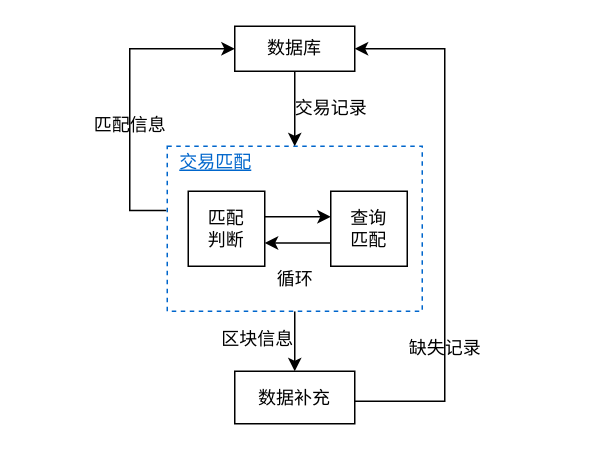
The draw.io diagram page "交易匹配模块示意图" (3 of 4) of 模块.drawio in newTechToX/cross_chain, before the edit. Source tidied: cells renumbered, new cells numbered last; positions are measured from the earlier drawing's top-left corner, leaving out a move shared by most shapes. Both pictures are drawn from the tidied source at 150%, with x=0, y=0 at pixel (76, 26).
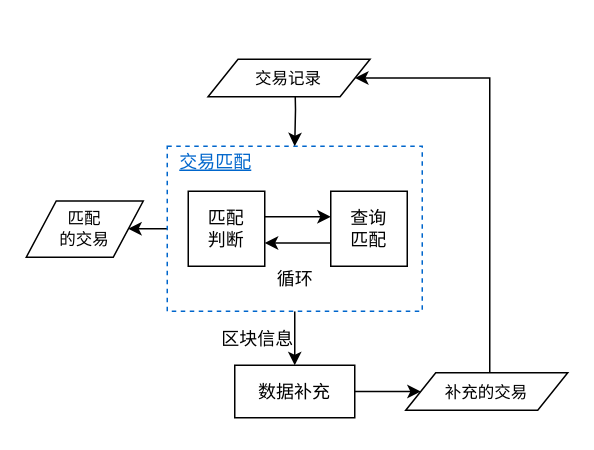
The same diagram, later.

The change refers to these unchanged cells:
```xml
<mxCell id="3" style="rounded=0;whiteSpace=wrap;html=1;dashed=1;strokeColor=#0066CC;" parent="1" vertex="1">
  <mxGeometry x="60" y="80" width="170" height="110" as="geometry" />
</mxCell>
```

Change to the diagram source:
```diff
@@
+    <mxCell id="19" style="edgeStyle=orthogonalEdgeStyle;rounded=0;jettySize=auto;html=1;exitX=0;exitY=0.5;exitDx=0;exitDy=0;entryX=1;entryY=0.5;entryDx=0;entryDy=0;" parent="1" edge="1" source="3" target="21">
+      <mxGeometry relative="1" as="geometry" />
+    </mxCell>
@@
-    <mxCell id="4" style="edgeStyle=orthogonalEdgeStyle;rounded=0;jettySize=auto;html=1;entryX=0.5;entryY=0;entryDx=0;entryDy=0;" parent="1" edge="1" source="5" target="3">
-      <mxGeometry relative="1" as="geometry" />
+    <mxCell id="4" style="edgeStyle=orthogonalEdgeStyle;rounded=0;jettySize=auto;html=1;entryX=0.5;entryY=0;entryDx=0;entryDy=0;" parent="1" edge="1" target="3">
+      <mxGeometry relative="1" as="geometry">
+        <mxPoint x="145" y="30" as="sourcePoint" />
+      </mxGeometry>
     </mxCell>
-    <mxCell id="5" value="数据库" style="rounded=0;whiteSpace=wrap;html=1;" parent="1" vertex="1">
-      <mxGeometry x="105" width="80" height="30" as="geometry" />
-    </mxCell>
-    <mxCell id="6" style="edgeStyle=orthogonalEdgeStyle;rounded=0;jettySize=auto;html=1;entryX=0;entryY=0.5;entryDx=0;entryDy=0;exitX=-0.004;exitY=0.389;exitDx=0;exitDy=0;exitPerimeter=0;" parent="1" edge="1" source="3" target="5">
-      <mxGeometry relative="1" as="geometry">
-        <Array as="points">
-          <mxPoint x="35" y="123" />
-          <mxPoint x="35" y="15" />
-        </Array>
-      </mxGeometry>
-    </mxCell>
@@
-    <mxCell id="9" style="edgeStyle=orthogonalEdgeStyle;rounded=0;jettySize=auto;html=1;entryX=1;entryY=0.5;entryDx=0;entryDy=0;" parent="1" edge="1" source="10" target="5">
-      <mxGeometry relative="1" as="geometry">
-        <Array as="points">
-          <mxPoint x="245" y="250" />
-          <mxPoint x="245" y="15" />
-        </Array>
-      </mxGeometry>
-    </mxCell>
+    <mxCell id="20" style="edgeStyle=orthogonalEdgeStyle;rounded=0;jettySize=auto;html=1;entryX=0;entryY=0.5;entryDx=0;entryDy=0;" parent="1" edge="1" source="10" target="23">
+      <mxGeometry relative="1" as="geometry">
+        <Array as="points">
+          <mxPoint x="208" y="244" />
+          <mxPoint x="240" y="244" />
+        </Array>
+      </mxGeometry>
+    </mxCell>
     <mxCell id="10" value="数据补充" style="whiteSpace=wrap;html=1;rounded=0;" parent="1" vertex="1">
-      <mxGeometry x="105" y="230" width="80" height="35" as="geometry" />
+      <mxGeometry x="105" y="226" width="80" height="35" as="geometry" />
     </mxCell>
-    <mxCell id="11" value="交易记录" style="text;html=1;align=center;verticalAlign=middle;points=[];strokeColor=none;fillColor=none;" parent="1" vertex="1">
-      <mxGeometry x="134" y="40" width="70" height="30" as="geometry" />
-    </mxCell>
@@
-    <mxCell id="13" value="匹配信息" style="text;html=1;align=center;verticalAlign=middle;strokeColor=none;fillColor=none;" parent="1" vertex="1">
-      <mxGeometry y="51" width="70" height="30" as="geometry" />
-    </mxCell>
-    <mxCell id="14" value="缺失记录" style="text;html=1;align=center;verticalAlign=middle;strokeColor=none;fillColor=none;" parent="1" vertex="1">
-      <mxGeometry x="210" y="200" width="70" height="30" as="geometry" />
-    </mxCell>
@@
+    <mxCell id="11" value="交易记录" style="shape=parallelogram;perimeter=parallelogramPerimeter;whiteSpace=wrap;html=1;fixedSize=1;fontSize=11;rotation=0;" parent="1" vertex="1">
+      <mxGeometry x="87.2" y="22" width="108" height="25" as="geometry" />
+    </mxCell>
+    <mxCell id="21" value="匹配&lt;br&gt;的交易" style="shape=parallelogram;perimeter=parallelogramPerimeter;whiteSpace=wrap;html=1;fixedSize=1;fontSize=11;rotation=0;" parent="1" vertex="1">
+      <mxGeometry x="-34" y="116.5" width="78" height="37.5" as="geometry" />
+    </mxCell>
+    <mxCell id="22" style="edgeStyle=orthogonalEdgeStyle;rounded=0;jettySize=auto;html=1;entryX=1;entryY=0.5;entryDx=0;entryDy=0;" parent="1" edge="1" source="23" target="11">
+      <mxGeometry relative="1" as="geometry">
+        <Array as="points">
+          <mxPoint x="275" y="35" />
+          <mxPoint x="185" y="35" />
+        </Array>
+      </mxGeometry>
+    </mxCell>
+    <mxCell id="23" value="补充的交易" style="shape=parallelogram;perimeter=parallelogramPerimeter;whiteSpace=wrap;html=1;fixedSize=1;fontSize=11;rotation=0;" parent="1" vertex="1">
+      <mxGeometry x="219" y="231" width="108" height="25" as="geometry" />
+    </mxCell>
```
